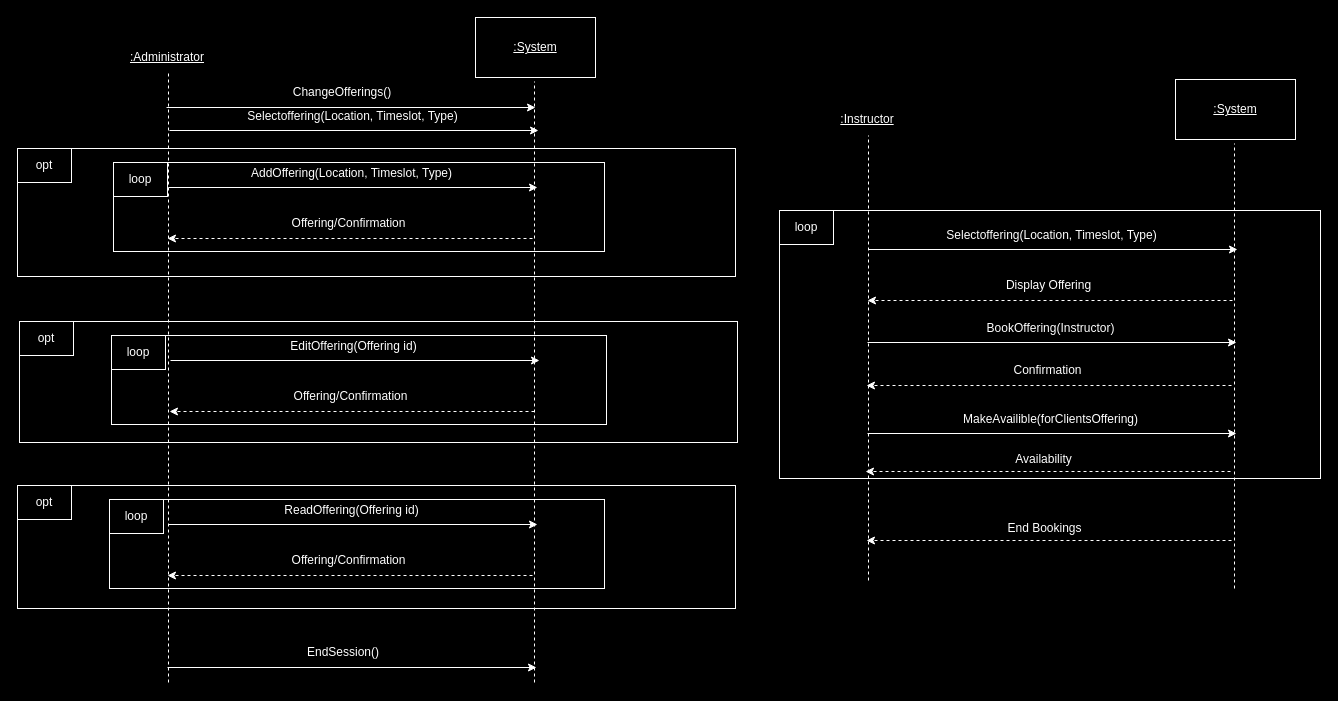
Above: ssd_ProcessOfferins.drawio in matdavid7272/342project (draw.io), before the change. Source tidied: cells renumbered, new cells numbered last; positions are measured from the earlier drawing's top-left corner, leaving out a move shared by most shapes. Both pictures are drawn from the tidied source at 100%, with x=0, y=0 at pixel (17, 17).
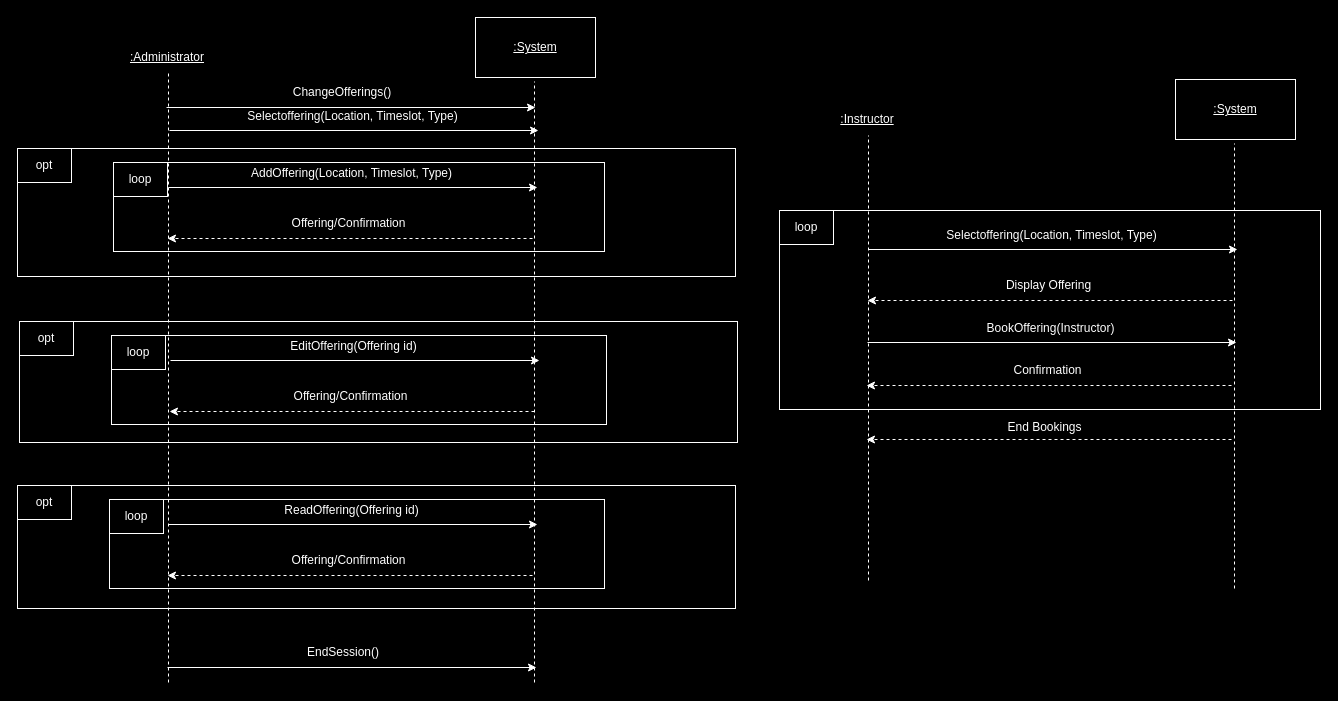
After the change.

Change to the diagram source:
```diff
@@
     <mxCell id="35" style="rounded=0;whiteSpace=wrap;html=1;fillColor=#000000;strokeColor=#FFFFFF;" parent="1" vertex="1">
-      <mxGeometry x="762" y="193" width="541" height="268" as="geometry" />
+      <mxGeometry x="762" y="193" width="541" height="199" as="geometry" />
     </mxCell>
@@
-    <mxCell id="50" style="endArrow=classic;html=1;rounded=0;strokeColor=#FFFFFF;dashed=1;" parent="1" edge="1">
-      <mxGeometry relative="1" as="geometry">
-        <mxPoint x="1213" y="454" as="sourcePoint" />
-        <mxPoint x="848" y="454" as="targetPoint" />
-      </mxGeometry>
-    </mxCell>
-    <mxCell id="51" value="&lt;font color=&quot;#ffffff&quot;&gt;&lt;span style=&quot;background-color: rgb(0, 0, 0);&quot;&gt;Availability&lt;/span&gt;&lt;/font&gt;" style="text;html=1;align=center;verticalAlign=middle;whiteSpace=wrap;rounded=0;" parent="1" vertex="1">
-      <mxGeometry x="904.5" y="427" width="243" height="30" as="geometry" />
-    </mxCell>
-    <mxCell id="52" style="endArrow=classic;html=1;rounded=0;strokeColor=#FFFFFF;" parent="1" edge="1">
-      <mxGeometry relative="1" as="geometry">
-        <mxPoint x="850" y="416" as="sourcePoint" />
-        <mxPoint x="1219" y="416" as="targetPoint" />
-      </mxGeometry>
-    </mxCell>
-    <mxCell id="53" value="&lt;font color=&quot;#ffffff&quot;&gt;MakeAvailible(forClientsOffering)&lt;/font&gt;" style="text;html=1;align=center;verticalAlign=middle;whiteSpace=wrap;rounded=0;" parent="1" vertex="1">
-      <mxGeometry x="912" y="387" width="243" height="30" as="geometry" />
-    </mxCell>
     <mxCell id="54" style="endArrow=classic;html=1;rounded=0;strokeColor=#FFFFFF;dashed=1;" parent="1" edge="1">
       <mxGeometry relative="1" as="geometry">
-        <mxPoint x="1214" y="523" as="sourcePoint" />
-        <mxPoint x="849" y="523" as="targetPoint" />
+        <mxPoint x="1214" y="422" as="sourcePoint" />
+        <mxPoint x="849" y="422" as="targetPoint" />
       </mxGeometry>
     </mxCell>
     <mxCell id="55" value="&lt;font color=&quot;#ffffff&quot;&gt;&lt;span style=&quot;background-color: rgb(0, 0, 0);&quot;&gt;End Bookings&lt;/span&gt;&lt;/font&gt;" style="text;html=1;align=center;verticalAlign=middle;whiteSpace=wrap;rounded=0;" parent="1" vertex="1">
-      <mxGeometry x="905.5" y="496" width="243" height="30" as="geometry" />
+      <mxGeometry x="905.5" y="395" width="243" height="30" as="geometry" />
     </mxCell>
```
